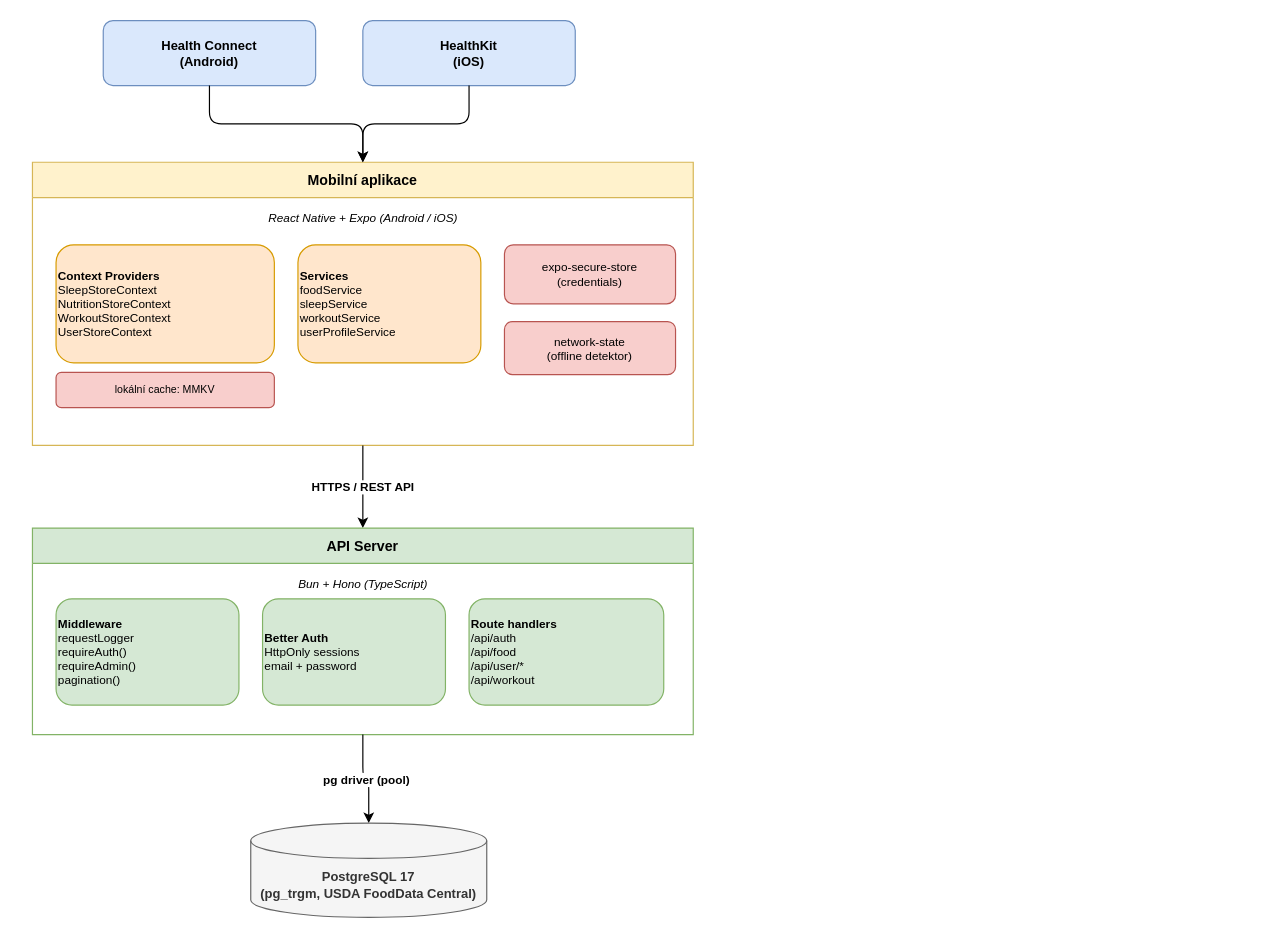
This is docs/asset/diagrams/system_overview.drawio from VokurkaA/LifeMeter, a draw.io file, before an edit. Source tidied: cells renumbered, new cells numbered last; positions are measured from the earlier drawing's top-left corner, leaving out a move shared by most shapes. Both pictures are drawn from the tidied source at 118%, with x=0, y=0 at pixel (32, 20).
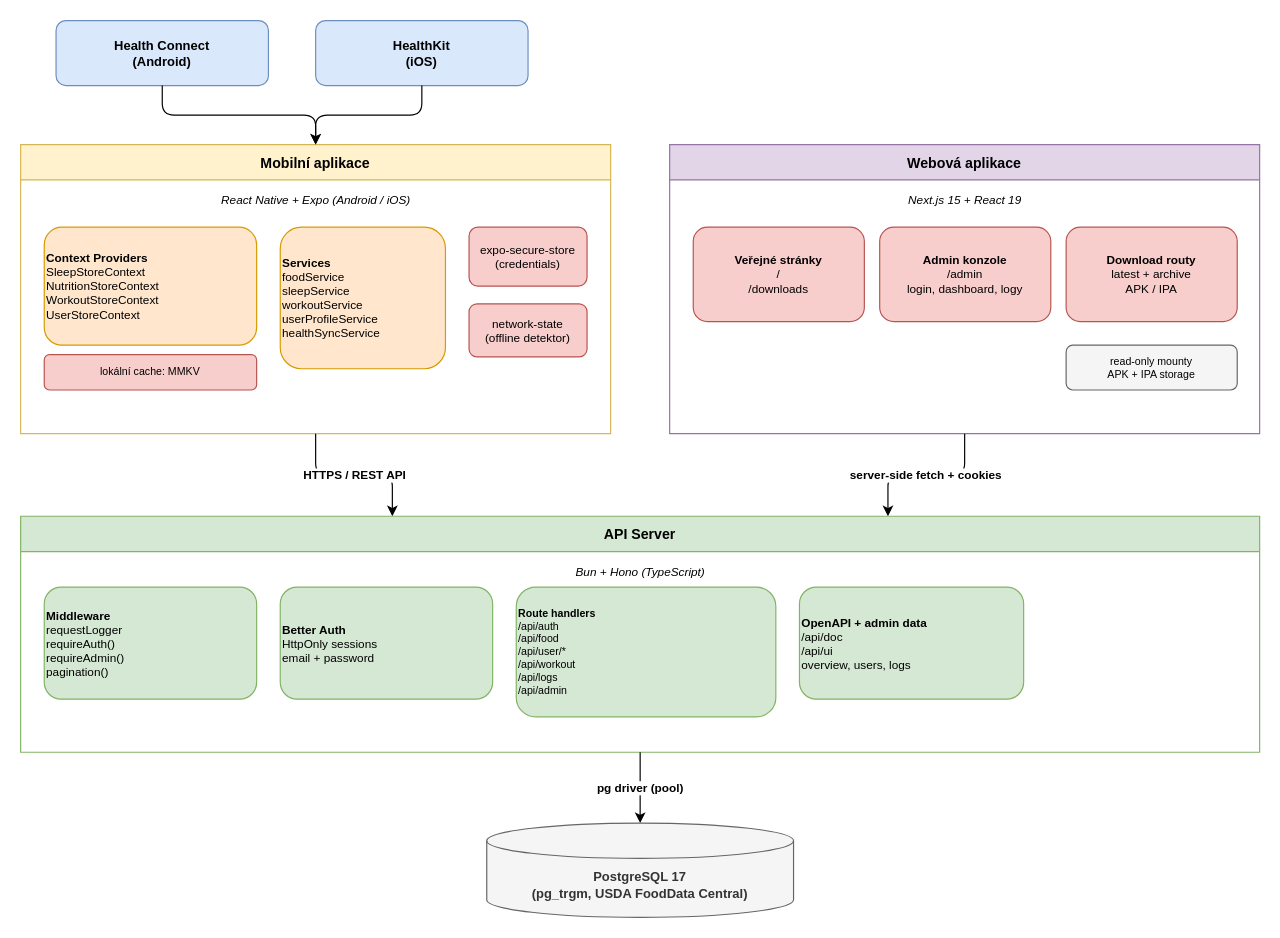
The same page after the edit.

The edit, as a diff of the source:
```diff
@@
     <mxCell id="2" value="Health Connect&#10;(Android)" style="rounded=1;whiteSpace=wrap;html=1;fillColor=#dae8fc;strokeColor=#6c8ebf;fontStyle=1;fontSize=11;" parent="1" vertex="1">
-      <mxGeometry x="60" width="180" height="55" as="geometry" />
+      <mxGeometry x="20" width="180" height="55" as="geometry" />
     </mxCell>
     <mxCell id="3" value="HealthKit&#10;(iOS)" style="rounded=1;whiteSpace=wrap;html=1;fillColor=#dae8fc;strokeColor=#6c8ebf;fontStyle=1;fontSize=11;" parent="1" vertex="1">
-      <mxGeometry x="280" width="180" height="55" as="geometry" />
+      <mxGeometry x="240" width="180" height="55" as="geometry" />
     </mxCell>
     <mxCell id="4" value="Mobilní aplikace" style="swimlane;startSize=30;fillColor=#fff2cc;strokeColor=#d6b656;fontStyle=1;fontSize=12;" parent="1" vertex="1">
-      <mxGeometry y="120" width="560" height="240" as="geometry" />
+      <mxGeometry x="-10" y="105" width="500" height="245" as="geometry" />
     </mxCell>
     <mxCell id="5" value="React Native + Expo (Android / iOS)" style="text;html=1;align=center;fontStyle=2;fontSize=10;fillColor=none;strokeColor=none;" parent="4" vertex="1">
-      <mxGeometry x="10" y="35" width="540" height="25" as="geometry" />
+      <mxGeometry x="10" y="35" width="480" height="25" as="geometry" />
     </mxCell>
     <mxCell id="6" value="&lt;b&gt;Context Providers&lt;/b&gt;&#10;SleepStoreContext&#10;NutritionStoreContext&#10;WorkoutStoreContext&#10;UserStoreContext" style="rounded=1;whiteSpace=wrap;html=1;fillColor=#ffe6cc;strokeColor=#d79b00;fontSize=10;align=left;" parent="4" vertex="1">
-      <mxGeometry x="20" y="70" width="185" height="100" as="geometry" />
+      <mxGeometry x="20" y="70" width="180" height="100" as="geometry" />
     </mxCell>
     <mxCell id="7" value="lokální cache: MMKV" style="rounded=1;whiteSpace=wrap;html=1;fillColor=#f8cecc;strokeColor=#b85450;fontSize=9;" parent="4" vertex="1">
-      <mxGeometry x="20" y="178" width="185" height="30" as="geometry" />
+      <mxGeometry x="20" y="178" width="180" height="30" as="geometry" />
     </mxCell>
-    <mxCell id="8" value="&lt;b&gt;Services&lt;/b&gt;&#10;foodService&#10;sleepService&#10;workoutService&#10;userProfileService" style="rounded=1;whiteSpace=wrap;html=1;fillColor=#ffe6cc;strokeColor=#d79b00;fontSize=10;align=left;" parent="4" vertex="1">
-      <mxGeometry x="225" y="70" width="155" height="100" as="geometry" />
+    <mxCell id="8" value="&lt;b&gt;Services&lt;/b&gt;&#10;foodService&#10;sleepService&#10;workoutService&#10;userProfileService&#10;healthSyncService" style="rounded=1;whiteSpace=wrap;html=1;fillColor=#ffe6cc;strokeColor=#d79b00;fontSize=10;align=left;" parent="4" vertex="1">
+      <mxGeometry x="220" y="70" width="140" height="120" as="geometry" />
     </mxCell>
     <mxCell id="9" value="expo-secure-store&#10;(credentials)" style="rounded=1;whiteSpace=wrap;html=1;fillColor=#f8cecc;strokeColor=#b85450;fontSize=10;" parent="4" vertex="1">
-      <mxGeometry x="400" y="70" width="145" height="50" as="geometry" />
+      <mxGeometry x="380" y="70" width="100" height="50" as="geometry" />
     </mxCell>
     <mxCell id="10" value="network-state&#10;(offline detektor)" style="rounded=1;whiteSpace=wrap;html=1;fillColor=#f8cecc;strokeColor=#b85450;fontSize=10;" parent="4" vertex="1">
-      <mxGeometry x="400" y="135" width="145" height="45" as="geometry" />
+      <mxGeometry x="380" y="135" width="100" height="45" as="geometry" />
     </mxCell>
@@
+    <mxCell id="19" value="Webová aplikace" style="swimlane;startSize=30;fillColor=#e1d5e7;strokeColor=#9673a6;fontStyle=1;fontSize=12;" parent="1" vertex="1">
+      <mxGeometry x="540" y="105" width="500" height="245" as="geometry" />
+    </mxCell>
+    <mxCell id="21" value="Next.js 15 + React 19" style="text;html=1;align=center;fontStyle=2;fontSize=10;fillColor=none;strokeColor=none;" parent="19" vertex="1">
+      <mxGeometry x="10" y="35" width="480" height="25" as="geometry" />
+    </mxCell>
+    <mxCell id="22" value="&lt;b&gt;Veřejné stránky&lt;/b&gt;&#10;/&#10;/downloads" style="rounded=1;whiteSpace=wrap;html=1;fillColor=#f8cecc;strokeColor=#b85450;fontSize=10;align=center;" parent="19" vertex="1">
+      <mxGeometry x="20" y="70" width="145" height="80" as="geometry" />
+    </mxCell>
+    <mxCell id="23" value="&lt;b&gt;Admin konzole&lt;/b&gt;&#10;/admin&#10;login, dashboard, logy" style="rounded=1;whiteSpace=wrap;html=1;fillColor=#f8cecc;strokeColor=#b85450;fontSize=10;align=center;" parent="19" vertex="1">
+      <mxGeometry x="178" y="70" width="145" height="80" as="geometry" />
+    </mxCell>
+    <mxCell id="24" value="&lt;b&gt;Download routy&lt;/b&gt;&#10;latest + archive&#10;APK / IPA" style="rounded=1;whiteSpace=wrap;html=1;fillColor=#f8cecc;strokeColor=#b85450;fontSize=10;align=center;" parent="19" vertex="1">
+      <mxGeometry x="336" y="70" width="145" height="80" as="geometry" />
+    </mxCell>
+    <mxCell id="25" value="read-only mounty&#10;APK + IPA storage" style="rounded=1;whiteSpace=wrap;html=1;fillColor=#f5f5f5;strokeColor=#666666;fontSize=9;align=center;" parent="19" vertex="1">
+      <mxGeometry x="336" y="170" width="145" height="38" as="geometry" />
+    </mxCell>
-    <mxCell id="13" value="HTTPS / REST API" style="edgeStyle=orthogonalEdgeStyle;html=1;exitX=0.5;exitY=1;exitDx=0;exitDy=0;entryX=0.5;entryY=0;entryDx=0;entryDy=0;fontStyle=1;fontSize=10;" parent="1" edge="1" source="4" target="14">
+    <mxCell id="13" value="HTTPS / REST API" style="edgeStyle=orthogonalEdgeStyle;html=1;exitX=0.5;exitY=1;exitDx=0;exitDy=0;entryX=0.3;entryY=0;entryDx=0;entryDy=0;fontStyle=1;fontSize=10;" parent="1" edge="1" source="4" target="14">
       <mxGeometry relative="1" as="geometry" />
     </mxCell>
+    <mxCell id="26" value="server-side fetch + cookies" style="edgeStyle=orthogonalEdgeStyle;html=1;exitX=0.5;exitY=1;exitDx=0;exitDy=0;entryX=0.7;entryY=0;entryDx=0;entryDy=0;fontStyle=1;fontSize=10;" parent="1" edge="1" source="19" target="14">
+      <mxGeometry relative="1" as="geometry" />
+    </mxCell>
     <mxCell id="14" value="API Server" style="swimlane;startSize=30;fillColor=#d5e8d4;strokeColor=#82b366;fontStyle=1;fontSize=12;" parent="1" vertex="1">
-      <mxGeometry y="430" width="560" height="175" as="geometry" />
+      <mxGeometry x="-10" y="420" width="1050" height="200" as="geometry" />
     </mxCell>
     <mxCell id="15" value="Bun + Hono (TypeScript)" style="text;html=1;align=center;fontStyle=2;fontSize=10;fillColor=none;strokeColor=none;" parent="14" vertex="1">
-      <mxGeometry x="10" y="35" width="540" height="20" as="geometry" />
+      <mxGeometry x="10" y="35" width="1030" height="20" as="geometry" />
     </mxCell>
     <mxCell id="16" value="&lt;b&gt;Middleware&lt;/b&gt;&#10;requestLogger&#10;requireAuth()&#10;requireAdmin()&#10;pagination()" style="rounded=1;whiteSpace=wrap;html=1;fillColor=#d5e8d4;strokeColor=#82b366;fontSize=10;align=left;" parent="14" vertex="1">
-      <mxGeometry x="20" y="60" width="155" height="90" as="geometry" />
+      <mxGeometry x="20" y="60" width="180" height="95" as="geometry" />
     </mxCell>
     <mxCell id="17" value="&lt;b&gt;Better Auth&lt;/b&gt;&#10;HttpOnly sessions&#10;email + password" style="rounded=1;whiteSpace=wrap;html=1;fillColor=#d5e8d4;strokeColor=#82b366;fontSize=10;align=left;" parent="14" vertex="1">
-      <mxGeometry x="195" y="60" width="155" height="90" as="geometry" />
+      <mxGeometry x="220" y="60" width="180" height="95" as="geometry" />
     </mxCell>
-    <mxCell id="18" value="&lt;b&gt;Route handlers&lt;/b&gt;&#10;/api/auth&#10;/api/food&#10;/api/user/*&#10;/api/workout" style="rounded=1;whiteSpace=wrap;html=1;fillColor=#d5e8d4;strokeColor=#82b366;fontSize=10;align=left;" parent="14" vertex="1">
-      <mxGeometry x="370" y="60" width="165" height="90" as="geometry" />
+    <mxCell id="18" value="&lt;b&gt;Route handlers&lt;/b&gt;&#10;/api/auth&#10;/api/food&#10;/api/user/*&#10;/api/workout&#10;/api/logs&#10;/api/admin" style="rounded=1;whiteSpace=wrap;html=1;fillColor=#d5e8d4;strokeColor=#82b366;fontSize=9;align=left;" parent="14" vertex="1">
+      <mxGeometry x="420" y="60" width="220" height="110" as="geometry" />
     </mxCell>
-    <mxCell id="19" value="pg driver (pool)" style="edgeStyle=orthogonalEdgeStyle;html=1;fontStyle=1;fontSize=10;" parent="1" edge="1" source="14" target="20">
-      <mxGeometry relative="1" as="geometry" />
-    </mxCell>
+    <mxCell id="27" value="&lt;b&gt;OpenAPI + admin data&lt;/b&gt;&#10;/api/doc&#10;/api/ui&#10;overview, users, logs" style="rounded=1;whiteSpace=wrap;html=1;fillColor=#d5e8d4;strokeColor=#82b366;fontSize=10;align=left;" parent="14" vertex="1">
+      <mxGeometry x="660" y="60" width="190" height="95" as="geometry" />
+    </mxCell>
-    <mxCell id="20" value="PostgreSQL 17&#10;(pg_trgm, USDA FoodData Central)" style="shape=cylinder3;whiteSpace=wrap;html=1;boundedLbl=1;backgroundOutline=1;size=15;fillColor=#f5f5f5;strokeColor=#666666;fontColor=#333333;fontStyle=1;fontSize=11;" parent="1" vertex="1">
-      <mxGeometry x="185" y="680" width="200" height="80" as="geometry" />
+    <mxCell id="20" value="pg driver (pool)" style="edgeStyle=orthogonalEdgeStyle;html=1;fontStyle=1;fontSize=10;" parent="1" edge="1" source="14" target="28">
+      <mxGeometry relative="1" as="geometry" />
     </mxCell>
+    <mxCell id="28" value="PostgreSQL 17&#10;(pg_trgm, USDA FoodData Central)" style="shape=cylinder3;whiteSpace=wrap;html=1;boundedLbl=1;backgroundOutline=1;size=15;fillColor=#f5f5f5;strokeColor=#666666;fontColor=#333333;fontStyle=1;fontSize=11;" parent="1" vertex="1">
+      <mxGeometry x="385" y="680" width="260" height="80" as="geometry" />
+    </mxCell>
```
